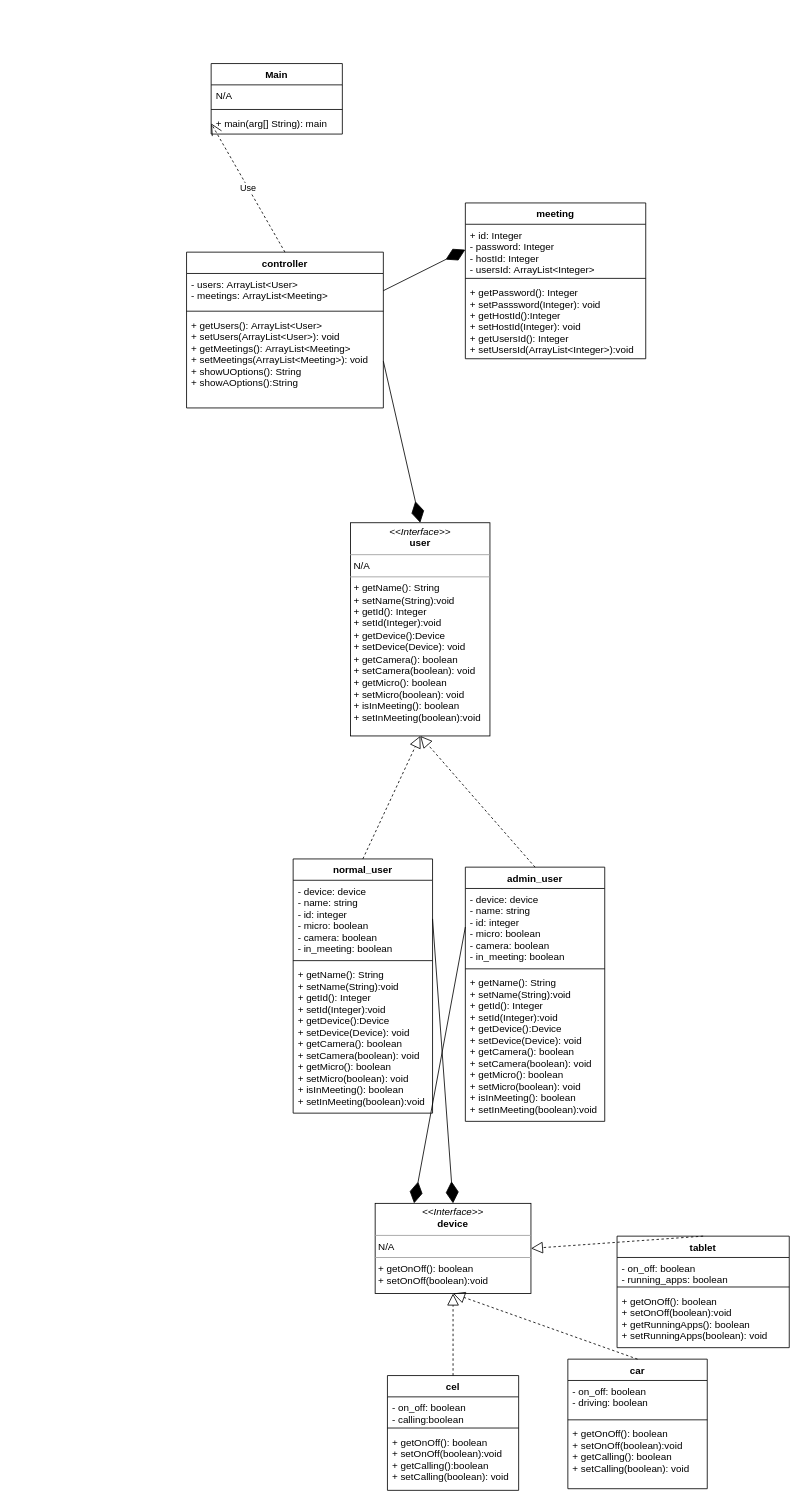
The draw.io diagram Others/Ex6UML.drawio in DiggsPapu/POO, before the edit. Source tidied: cells renumbered, new cells numbered last; positions are measured from the earlier drawing's top-left corner, leaving out a move shared by most shapes. Both pictures are drawn from the tidied source at 82%, with x=0, y=0 at pixel (186, 63).
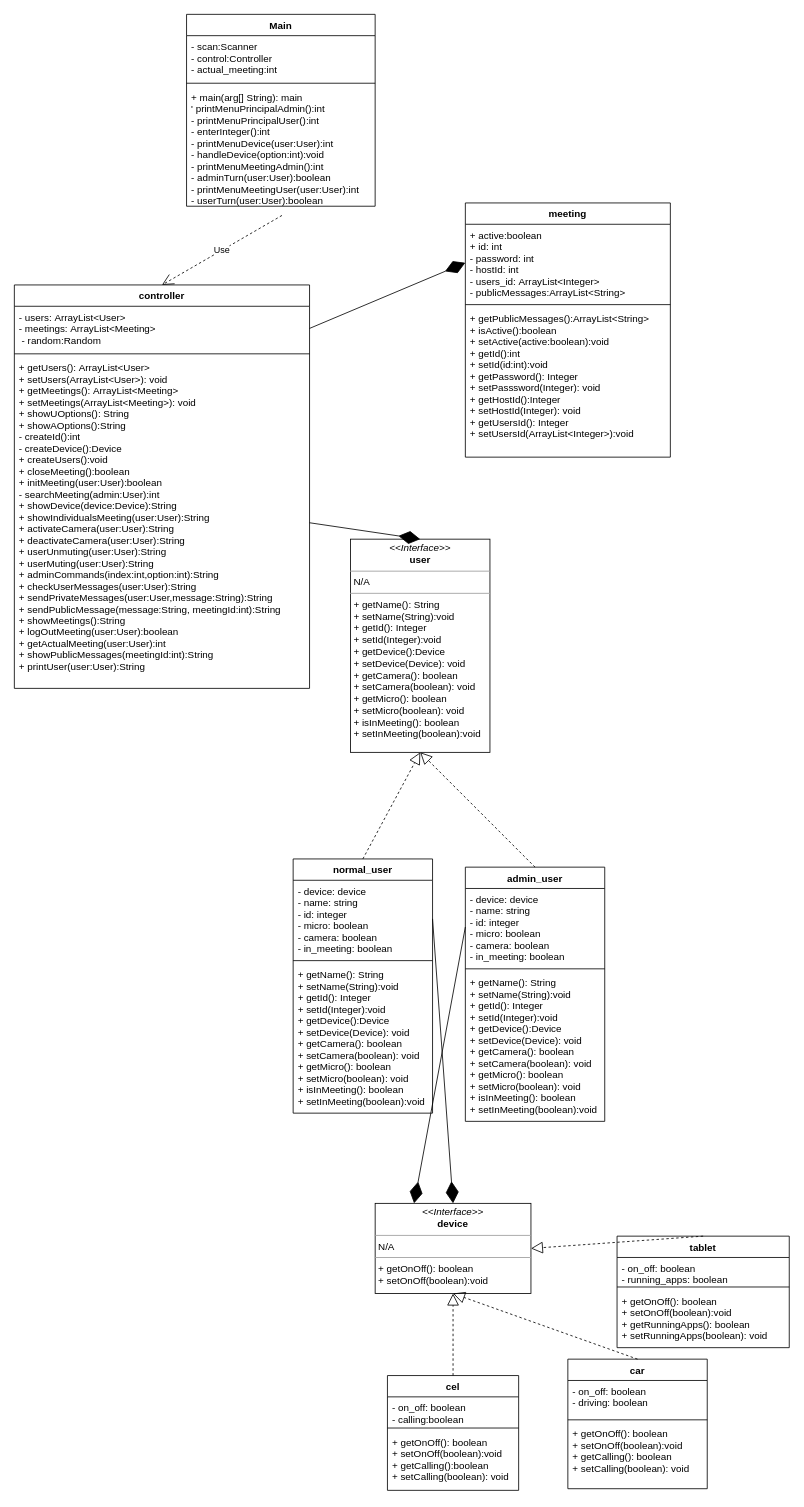
The same page after the edit.

The edit, as a diff of the source:
```diff
@@
     <mxCell id="2" value="Main" style="swimlane;fontStyle=1;align=center;verticalAlign=top;horizontal=1;startSize=26;" parent="1" vertex="1">
-      <mxGeometry x="30" width="160" height="86" as="geometry" />
+      <mxGeometry y="-60" width="230" height="234" as="geometry" />
     </mxCell>
-    <mxCell id="3" value="N/A" style="text;strokeColor=none;fillColor=none;align=left;verticalAlign=top;spacingLeft=4;spacingRight=4;overflow=hidden;" parent="2" vertex="1">
-      <mxGeometry y="26" width="160" height="26" as="geometry" />
+    <mxCell id="3" value="- scan:Scanner&#10;- control:Controller&#10;- actual_meeting:int" style="text;strokeColor=none;fillColor=none;align=left;verticalAlign=top;spacingLeft=4;spacingRight=4;overflow=hidden;" parent="2" vertex="1">
+      <mxGeometry y="26" width="230" height="54" as="geometry" />
     </mxCell>
     <mxCell id="4" style="line;strokeWidth=1;fillColor=none;align=left;verticalAlign=middle;spacingTop=-1;spacingLeft=3;spacingRight=3;labelPosition=right;strokeColor=inherit;" parent="2" vertex="1">
-      <mxGeometry y="52" width="160" height="8" as="geometry" />
+      <mxGeometry y="80" width="230" height="8" as="geometry" />
     </mxCell>
-    <mxCell id="5" value="+ main(arg[] String): main" style="text;strokeColor=none;fillColor=none;align=left;verticalAlign=top;spacingLeft=4;spacingRight=4;overflow=hidden;points=[[0,0.5],[1,0.5]];portConstraint=eastwest;" parent="2" vertex="1">
-      <mxGeometry y="60" width="160" height="26" as="geometry" />
+    <mxCell id="5" value="+ main(arg[] String): main&#10;' printMenuPrincipalAdmin():int&#10;- printMenuPrincipalUser():int&#10;- enterInteger():int&#10;- printMenuDevice(user:User):int&#10;- handleDevice(option:int):void&#10;- printMenuMeetingAdmin():int&#10;- adminTurn(user:User):boolean&#10;- printMenuMeetingUser(user:User):int&#10;- userTurn(user:User):boolean" style="text;strokeColor=none;fillColor=none;align=left;verticalAlign=top;spacingLeft=4;spacingRight=4;overflow=hidden;points=[[0,0.5],[1,0.5]];portConstraint=eastwest;" parent="2" vertex="1">
+      <mxGeometry y="88" width="230" height="146" as="geometry" />
     </mxCell>
     <mxCell id="6" value="controller" style="swimlane;fontStyle=1;align=center;verticalAlign=top;horizontal=1;startSize=26;" parent="1" vertex="1">
-      <mxGeometry y="230" width="240" height="190" as="geometry" />
+      <mxGeometry x="-210" y="270" width="360" height="492" as="geometry" />
     </mxCell>
-    <mxCell id="7" value="- users: ArrayList&lt;User&gt;&#10;- meetings: ArrayList&lt;Meeting&gt; &#10; " style="text;strokeColor=none;fillColor=none;align=left;verticalAlign=top;spacingLeft=4;spacingRight=4;overflow=hidden;points=[[0,0.5],[1,0.5]];portConstraint=eastwest;" parent="6" vertex="1">
-      <mxGeometry y="26" width="240" height="42" as="geometry" />
+    <mxCell id="7" value="- users: ArrayList&lt;User&gt;&#10;- meetings: ArrayList&lt;Meeting&gt; &#10; - random:Random" style="text;strokeColor=none;fillColor=none;align=left;verticalAlign=top;spacingLeft=4;spacingRight=4;overflow=hidden;points=[[0,0.5],[1,0.5]];portConstraint=eastwest;" parent="6" vertex="1">
+      <mxGeometry y="26" width="360" height="54" as="geometry" />
     </mxCell>
     <mxCell id="8" style="line;strokeWidth=1;fillColor=none;align=left;verticalAlign=middle;spacingTop=-1;spacingLeft=3;spacingRight=3;labelPosition=right;strokeColor=inherit;" parent="6" vertex="1">
-      <mxGeometry y="68" width="240" height="8" as="geometry" />
+      <mxGeometry y="80" width="360" height="8" as="geometry" />
     </mxCell>
-    <mxCell id="9" value="+ getUsers(): ArrayList&lt;User&gt;&#10;+ setUsers(ArrayList&lt;User&gt;): void&#10;+ getMeetings(): ArrayList&lt;Meeting&gt;&#10;+ setMeetings(ArrayList&lt;Meeting&gt;): void &#10;+ showUOptions(): String&#10;+ showAOptions():String" style="text;strokeColor=none;fillColor=none;align=left;verticalAlign=top;spacingLeft=4;spacingRight=4;overflow=hidden;points=[[0,0.5],[1,0.5]];portConstraint=eastwest;" parent="6" vertex="1">
-      <mxGeometry y="76" width="240" height="114" as="geometry" />
+    <mxCell id="9" value="+ getUsers(): ArrayList&lt;User&gt;&#10;+ setUsers(ArrayList&lt;User&gt;): void&#10;+ getMeetings(): ArrayList&lt;Meeting&gt;&#10;+ setMeetings(ArrayList&lt;Meeting&gt;): void &#10;+ showUOptions(): String&#10;+ showAOptions():String&#10;- createId():int&#10;- createDevice():Device&#10;+ createUsers():void&#10;+ closeMeeting():boolean&#10;+ initMeeting(user:User):boolean&#10;- searchMeeting(admin:User):int&#10;+ showDevice(device:Device):String&#10;+ showIndividualsMeeting(user:User):String&#10;+ activateCamera(user:User):String&#10;+ deactivateCamera(user:User):String&#10;+ userUnmuting(user:User):String&#10;+ userMuting(user:User):String&#10;+ adminCommands(index:int,option:int):String&#10;+ checkUserMessages(user:User):String&#10;+ sendPrivateMessages(user:User,message:String):String&#10;+ sendPublicMessage(message:String, meetingId:int):String&#10;+ showMeetings():String&#10;+ logOutMeeting(user:User):boolean&#10;+ getActualMeeting(user:User):int&#10;+ showPublicMessages(meetingId:int):String&#10;+ printUser(user:User):String" style="text;strokeColor=none;fillColor=none;align=left;verticalAlign=top;spacingLeft=4;spacingRight=4;overflow=hidden;points=[[0,0.5],[1,0.5]];portConstraint=eastwest;" parent="6" vertex="1">
+      <mxGeometry y="88" width="360" height="404" as="geometry" />
     </mxCell>
     <mxCell id="10" value="meeting" style="swimlane;fontStyle=1;align=center;verticalAlign=top;horizontal=1;startSize=26;" parent="1" vertex="1">
-      <mxGeometry x="340" y="170" width="220" height="190" as="geometry" />
+      <mxGeometry x="340" y="170" width="250" height="310" as="geometry" />
     </mxCell>
-    <mxCell id="11" value="+ id: Integer&#10;- password: Integer&#10;- hostId: Integer&#10;- usersId: ArrayList&lt;Integer&gt;&#10; " style="text;strokeColor=none;fillColor=none;align=left;verticalAlign=top;spacingLeft=4;spacingRight=4;overflow=hidden;points=[[0,0.5],[1,0.5]];portConstraint=eastwest;" parent="10" vertex="1">
-      <mxGeometry y="26" width="220" height="62" as="geometry" />
+    <mxCell id="11" value="+ active:boolean&#10;+ id: int&#10;- password: int&#10;- hostId: int&#10;- users_id: ArrayList&lt;Integer&gt;&#10;- publicMessages:ArrayList&lt;String&gt;&#10; " style="text;strokeColor=none;fillColor=none;align=left;verticalAlign=top;spacingLeft=4;spacingRight=4;overflow=hidden;points=[[0,0.5],[1,0.5]];portConstraint=eastwest;" parent="10" vertex="1">
+      <mxGeometry y="26" width="250" height="94" as="geometry" />
     </mxCell>
     <mxCell id="12" style="line;strokeWidth=1;fillColor=none;align=left;verticalAlign=middle;spacingTop=-1;spacingLeft=3;spacingRight=3;labelPosition=right;strokeColor=inherit;" parent="10" vertex="1">
-      <mxGeometry y="88" width="220" height="8" as="geometry" />
+      <mxGeometry y="120" width="250" height="8" as="geometry" />
     </mxCell>
-    <mxCell id="13" value="+ getPassword(): Integer&#10;+ setPasssword(Integer): void&#10;+ getHostId():Integer&#10;+ setHostId(Integer): void&#10;+ getUsersId(): Integer&#10;+ setUsersId(ArrayList&lt;Integer&gt;):void" style="text;strokeColor=none;fillColor=none;align=left;verticalAlign=top;spacingLeft=4;spacingRight=4;overflow=hidden;" parent="10" vertex="1">
-      <mxGeometry y="96" width="220" height="94" as="geometry" />
+    <mxCell id="13" value="+ getPublicMessages():ArrayList&lt;String&gt;&#10;+ isActive():boolean&#10;+ setActive(active:boolean):void&#10;+ getId():int&#10;+ setId(id:int):void&#10;+ getPassword(): Integer&#10;+ setPasssword(Integer): void&#10;+ getHostId():Integer&#10;+ setHostId(Integer): void&#10;+ getUsersId(): Integer&#10;+ setUsersId(ArrayList&lt;Integer&gt;):void" style="text;strokeColor=none;fillColor=none;align=left;verticalAlign=top;spacingLeft=4;spacingRight=4;overflow=hidden;" parent="10" vertex="1">
+      <mxGeometry y="128" width="250" height="182" as="geometry" />
     </mxCell>
     <mxCell id="14" value="&lt;p style=&quot;margin:0px;margin-top:4px;text-align:center;&quot;&gt;&lt;i&gt;&amp;lt;&amp;lt;Interface&amp;gt;&amp;gt;&lt;/i&gt;&lt;br&gt;&lt;b&gt;user&lt;/b&gt;&lt;/p&gt;&lt;hr size=&quot;1&quot;&gt;&lt;p style=&quot;margin:0px;margin-left:4px;&quot;&gt;N/A&lt;/p&gt;&lt;hr size=&quot;1&quot;&gt;&lt;p style=&quot;margin:0px;margin-left:4px;&quot;&gt;+ getName(): String&lt;/p&gt;&lt;p style=&quot;margin:0px;margin-left:4px;&quot;&gt;+ setName(String):void&lt;/p&gt;&lt;p style=&quot;margin:0px;margin-left:4px;&quot;&gt;+ getId(): Integer&lt;/p&gt;&lt;p style=&quot;margin:0px;margin-left:4px;&quot;&gt;+ setId(Integer):void&lt;/p&gt;&lt;p style=&quot;margin:0px;margin-left:4px;&quot;&gt;+ getDevice():Device&lt;/p&gt;&lt;p style=&quot;margin:0px;margin-left:4px;&quot;&gt;+ setDevice(Device): void&lt;/p&gt;&lt;p style=&quot;margin:0px;margin-left:4px;&quot;&gt;+ getCamera(): boolean&lt;/p&gt;&lt;p style=&quot;margin:0px;margin-left:4px;&quot;&gt;+ setCamera(boolean): void&lt;/p&gt;&lt;p style=&quot;margin:0px;margin-left:4px;&quot;&gt;+ getMicro(): boolean&lt;/p&gt;&lt;p style=&quot;margin:0px;margin-left:4px;&quot;&gt;+ setMicro(boolean): void&lt;/p&gt;&lt;p style=&quot;margin:0px;margin-left:4px;&quot;&gt;+ isInMeeting(): boolean&lt;/p&gt;&lt;p style=&quot;margin:0px;margin-left:4px;&quot;&gt;+ setInMeeting(boolean):void&amp;nbsp;&lt;/p&gt;" style="verticalAlign=top;align=left;overflow=fill;fontSize=12;fontFamily=Helvetica;html=1;" parent="1" vertex="1">
-      <mxGeometry x="200" y="560" width="170" height="260" as="geometry" />
+      <mxGeometry x="200" y="580" width="170" height="260" as="geometry" />
     </mxCell>
@@
-    <mxCell id="45" value="Use" style="endArrow=open;endSize=12;dashed=1;html=1;rounded=0;entryX=0;entryY=0.5;entryDx=0;entryDy=0;exitX=0.5;exitY=0;exitDx=0;exitDy=0;" parent="1" edge="1" source="6" target="5">
+    <mxCell id="45" value="Use" style="endArrow=open;endSize=12;dashed=1;html=1;rounded=0;entryX=0.5;entryY=0;entryDx=0;entryDy=0;exitX=0.506;exitY=1.077;exitDx=0;exitDy=0;exitPerimeter=0;" parent="1" edge="1" source="5" target="6">
       <mxGeometry relative="1" as="geometry" />
     </mxCell>
```
